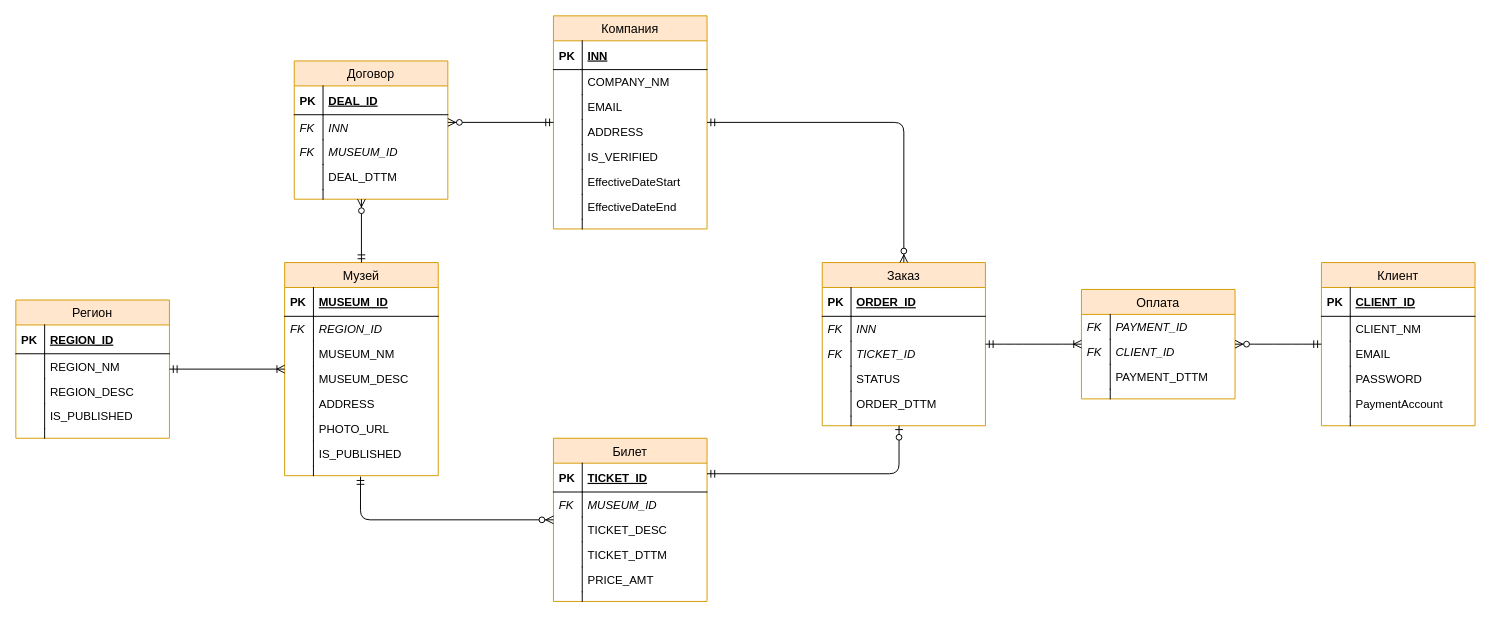
Above: LogicalModel.drawio in romanovsavelij/DatabaseCoursePractice (draw.io), before the change. Source tidied: cells renumbered, new cells numbered last; positions are measured from the earlier drawing's top-left corner, leaving out a move shared by most shapes. Both pictures are drawn from the tidied source at 96%, with x=0, y=0 at pixel (15, 15).
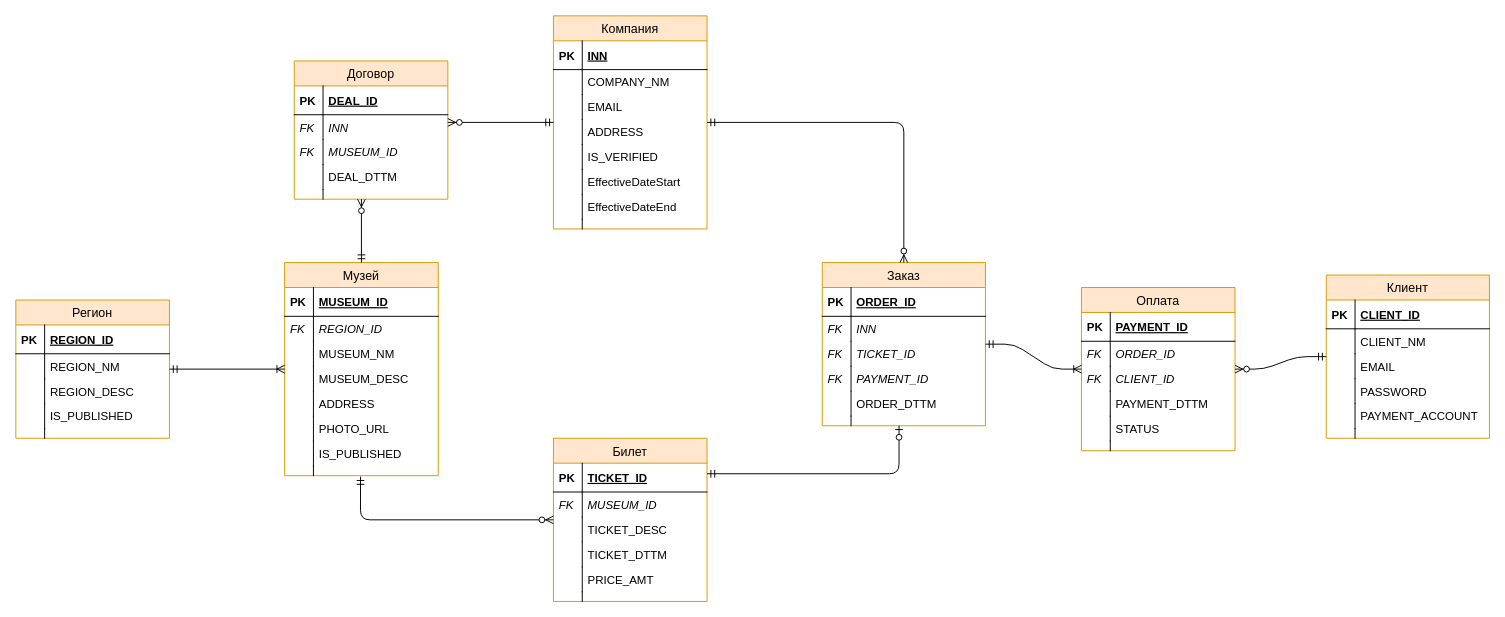
The same page after the edit.

The change refers to these unchanged cells:
```xml
<mxCell id="61" value="Заказ" style="swimlane;fontStyle=0;horizontal=1;startSize=26;fillColor=#ffe6cc;swimlaneFillColor=#ffffff;align=center;strokeWidth=1;fontSize=13;strokeColor=#d79b00;" parent="1" vertex="1">
  <mxGeometry x="840" y="257" width="170" height="170" as="geometry" />
</mxCell>
```

What changed in the source:
```diff
@@
-    <mxCell id="68" value="STATUS" style="shape=partialRectangle;top=0;left=0;right=0;bottom=0;align=left;verticalAlign=top;fillColor=none;spacingLeft=34;spacingRight=4;overflow=hidden;" parent="61" vertex="1">
-      <mxGeometry y="108" width="170" height="26" as="geometry" />
-    </mxCell>
-    <mxCell id="69" style="shape=partialRectangle;top=0;left=0;bottom=0;fillColor=none;align=left;verticalAlign=top;spacingLeft=4;spacingRight=4;overflow=hidden;" parent="68" vertex="1">
-      <mxGeometry width="30" height="26" as="geometry" />
-    </mxCell>
+    <mxCell id="114" value="PAYMENT_ID" style="shape=partialRectangle;top=0;left=0;right=0;bottom=0;align=left;verticalAlign=top;fillColor=none;spacingLeft=34;spacingRight=4;overflow=hidden;fontStyle=2;" parent="61" vertex="1">
+      <mxGeometry y="108" width="170" height="26" as="geometry" />
+    </mxCell>
+    <mxCell id="115" value="FK" style="shape=partialRectangle;top=0;left=0;bottom=0;fillColor=none;align=left;verticalAlign=top;spacingLeft=4;spacingRight=4;overflow=hidden;fontStyle=2;" parent="114" vertex="1">
+      <mxGeometry width="30" height="26" as="geometry" />
+    </mxCell>
@@
     <mxCell id="74" value="Клиент" style="swimlane;fontStyle=0;horizontal=1;startSize=26;fillColor=#ffe6cc;swimlaneFillColor=#ffffff;align=center;strokeWidth=1;fontSize=13;strokeColor=#d79b00;" parent="1" vertex="1">
-      <mxGeometry x="1360" y="257" width="160" height="170" as="geometry" />
+      <mxGeometry x="1365" y="270" width="170" height="170" as="geometry" />
     </mxCell>
     <mxCell id="75" value="CLIENT_ID" style="shape=partialRectangle;top=0;left=0;right=0;bottom=1;align=left;verticalAlign=middle;fillColor=none;spacingLeft=34;spacingRight=4;overflow=hidden;fontStyle=5;" parent="74" vertex="1">
-      <mxGeometry y="26" width="160" height="30" as="geometry" />
+      <mxGeometry y="26" width="170" height="30" as="geometry" />
     </mxCell>
@@
     <mxCell id="77" value="CLIENT_NM" style="shape=partialRectangle;top=0;left=0;right=0;bottom=0;align=left;verticalAlign=top;fillColor=none;spacingLeft=34;spacingRight=4;overflow=hidden;" parent="74" vertex="1">
-      <mxGeometry y="56" width="160" height="26" as="geometry" />
+      <mxGeometry y="56" width="170" height="26" as="geometry" />
     </mxCell>
@@
     <mxCell id="79" value="EMAIL" style="shape=partialRectangle;top=0;left=0;right=0;bottom=0;align=left;verticalAlign=top;fillColor=none;spacingLeft=34;spacingRight=4;overflow=hidden;" parent="74" vertex="1">
-      <mxGeometry y="82" width="160" height="26" as="geometry" />
+      <mxGeometry y="82" width="170" height="26" as="geometry" />
     </mxCell>
@@
     <mxCell id="81" value="PASSWORD" style="shape=partialRectangle;top=0;left=0;right=0;bottom=0;align=left;verticalAlign=top;fillColor=none;spacingLeft=34;spacingRight=4;overflow=hidden;" parent="74" vertex="1">
-      <mxGeometry y="108" width="160" height="26" as="geometry" />
+      <mxGeometry y="108" width="170" height="26" as="geometry" />
     </mxCell>
@@
-    <mxCell id="83" value="PaymentAccount" style="shape=partialRectangle;top=0;left=0;right=0;bottom=0;align=left;verticalAlign=top;fillColor=none;spacingLeft=34;spacingRight=4;overflow=hidden;" parent="74" vertex="1">
-      <mxGeometry y="134" width="160" height="26" as="geometry" />
-    </mxCell>
-    <mxCell id="84" style="shape=partialRectangle;top=0;left=0;bottom=0;fillColor=none;align=left;verticalAlign=top;spacingLeft=4;spacingRight=4;overflow=hidden;" parent="83" vertex="1">
-      <mxGeometry width="30" height="26" as="geometry" />
-    </mxCell>
+    <mxCell id="116" value="PAYMENT_ACCOUNT" style="shape=partialRectangle;top=0;left=0;right=0;bottom=0;align=left;verticalAlign=top;fillColor=none;spacingLeft=34;spacingRight=4;overflow=hidden;" parent="74" vertex="1">
+      <mxGeometry y="134" width="170" height="26" as="geometry" />
+    </mxCell>
+    <mxCell id="117" style="shape=partialRectangle;top=0;left=0;bottom=0;fillColor=none;align=left;verticalAlign=top;spacingLeft=4;spacingRight=4;overflow=hidden;" parent="116" vertex="1">
+      <mxGeometry width="30" height="26" as="geometry" />
+    </mxCell>
     <mxCell id="85" style="shape=partialRectangle;top=0;left=0;right=0;bottom=0;align=left;verticalAlign=top;fillColor=none;spacingLeft=34;spacingRight=4;overflow=hidden;" parent="74" vertex="1">
-      <mxGeometry y="160" width="160" height="10" as="geometry" />
+      <mxGeometry y="160" width="170" height="10" as="geometry" />
     </mxCell>
@@
     <mxCell id="90" value="Оплата" style="swimlane;fontStyle=0;horizontal=1;startSize=26;fillColor=#ffe6cc;swimlaneFillColor=#ffffff;align=center;strokeWidth=1;fontSize=13;strokeColor=#d79b00;" parent="1" vertex="1">
-      <mxGeometry x="1110" y="285" width="160" height="114" as="geometry" />
+      <mxGeometry x="1110" y="283" width="160" height="170" as="geometry" />
     </mxCell>
+    <mxCell id="118" value="PAYMENT_ID" style="shape=partialRectangle;top=0;left=0;right=0;bottom=1;align=left;verticalAlign=middle;fillColor=none;spacingLeft=34;spacingRight=4;overflow=hidden;fontStyle=5;" parent="90" vertex="1">
+      <mxGeometry y="26" width="160" height="30" as="geometry" />
+    </mxCell>
+    <mxCell id="119" value="PK" style="shape=partialRectangle;top=0;left=0;bottom=0;fillColor=none;align=left;verticalAlign=middle;spacingLeft=4;spacingRight=4;overflow=hidden;fontStyle=1;" parent="118" vertex="1">
+      <mxGeometry width="30" height="30" as="geometry" />
+    </mxCell>
-    <mxCell id="91" value="PAYMENT_ID" style="shape=partialRectangle;top=0;left=0;right=0;bottom=0;align=left;verticalAlign=top;fillColor=none;spacingLeft=34;spacingRight=4;overflow=hidden;fontStyle=2;" parent="90" vertex="1">
-      <mxGeometry y="26" width="160" height="26" as="geometry" />
+    <mxCell id="91" value="ORDER_ID" style="shape=partialRectangle;top=0;left=0;right=0;bottom=0;align=left;verticalAlign=top;fillColor=none;spacingLeft=34;spacingRight=4;overflow=hidden;fontStyle=2;" parent="90" vertex="1">
+      <mxGeometry y="56" width="160" height="26" as="geometry" />
     </mxCell>
@@
     <mxCell id="93" value="CLIENT_ID" style="shape=partialRectangle;top=0;left=0;right=0;bottom=0;align=left;verticalAlign=top;fillColor=none;spacingLeft=34;spacingRight=4;overflow=hidden;fontStyle=2;" parent="90" vertex="1">
-      <mxGeometry y="52" width="160" height="26" as="geometry" />
+      <mxGeometry y="82" width="160" height="26" as="geometry" />
     </mxCell>
@@
     <mxCell id="95" value="PAYMENT_DTTM&#10;" style="shape=partialRectangle;top=0;left=0;right=0;bottom=0;align=left;verticalAlign=top;fillColor=none;spacingLeft=34;spacingRight=4;overflow=hidden;" parent="90" vertex="1">
-      <mxGeometry y="78" width="160" height="26" as="geometry" />
+      <mxGeometry y="108" width="160" height="26" as="geometry" />
     </mxCell>
@@
+    <mxCell id="68" value="STATUS" style="shape=partialRectangle;top=0;left=0;right=0;bottom=0;align=left;verticalAlign=top;fillColor=none;spacingLeft=34;spacingRight=4;overflow=hidden;" parent="90" vertex="1">
+      <mxGeometry y="134" width="160" height="26" as="geometry" />
+    </mxCell>
+    <mxCell id="120" style="shape=partialRectangle;top=0;left=0;bottom=0;fillColor=none;align=left;verticalAlign=top;spacingLeft=4;spacingRight=4;overflow=hidden;" parent="68" vertex="1">
+      <mxGeometry width="30" height="26" as="geometry" />
+    </mxCell>
     <mxCell id="97" style="shape=partialRectangle;top=0;left=0;right=0;bottom=0;align=left;verticalAlign=top;fillColor=none;spacingLeft=34;spacingRight=4;overflow=hidden;" parent="90" vertex="1">
-      <mxGeometry y="104" width="160" height="10" as="geometry" />
+      <mxGeometry y="160" width="160" height="10" as="geometry" />
     </mxCell>
```
